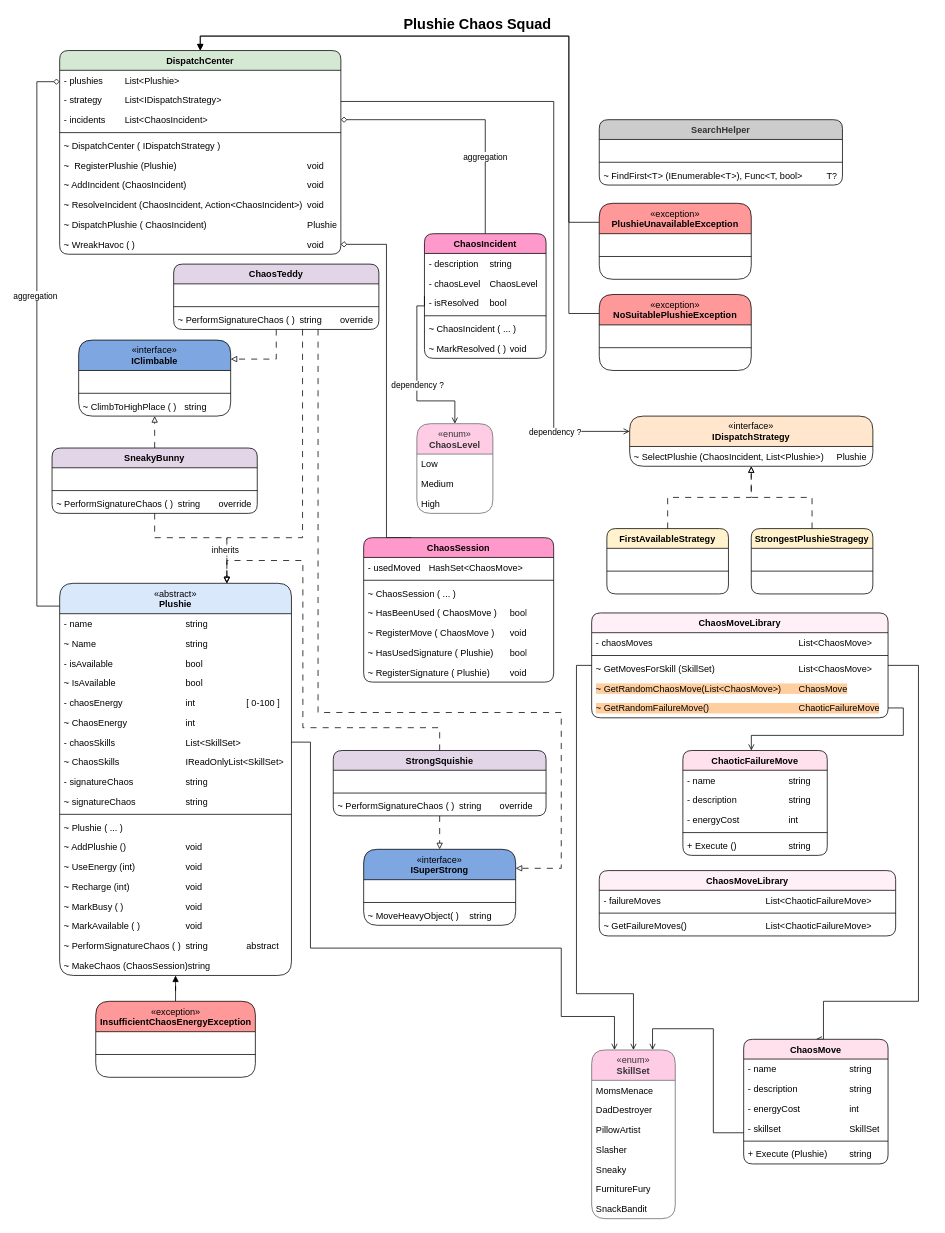
pxxlpxxi/PlushieChaosSquad keeps this draw.io diagram as Documents/PlushieChaosSquad.drawio. Above is the earlier version. Source tidied: cells renumbered, new cells numbered last; positions are measured from the earlier drawing's top-left corner, leaving out a move shared by most shapes. Both pictures are drawn from the tidied source at 76%, with x=0, y=0 at pixel (36, 13).
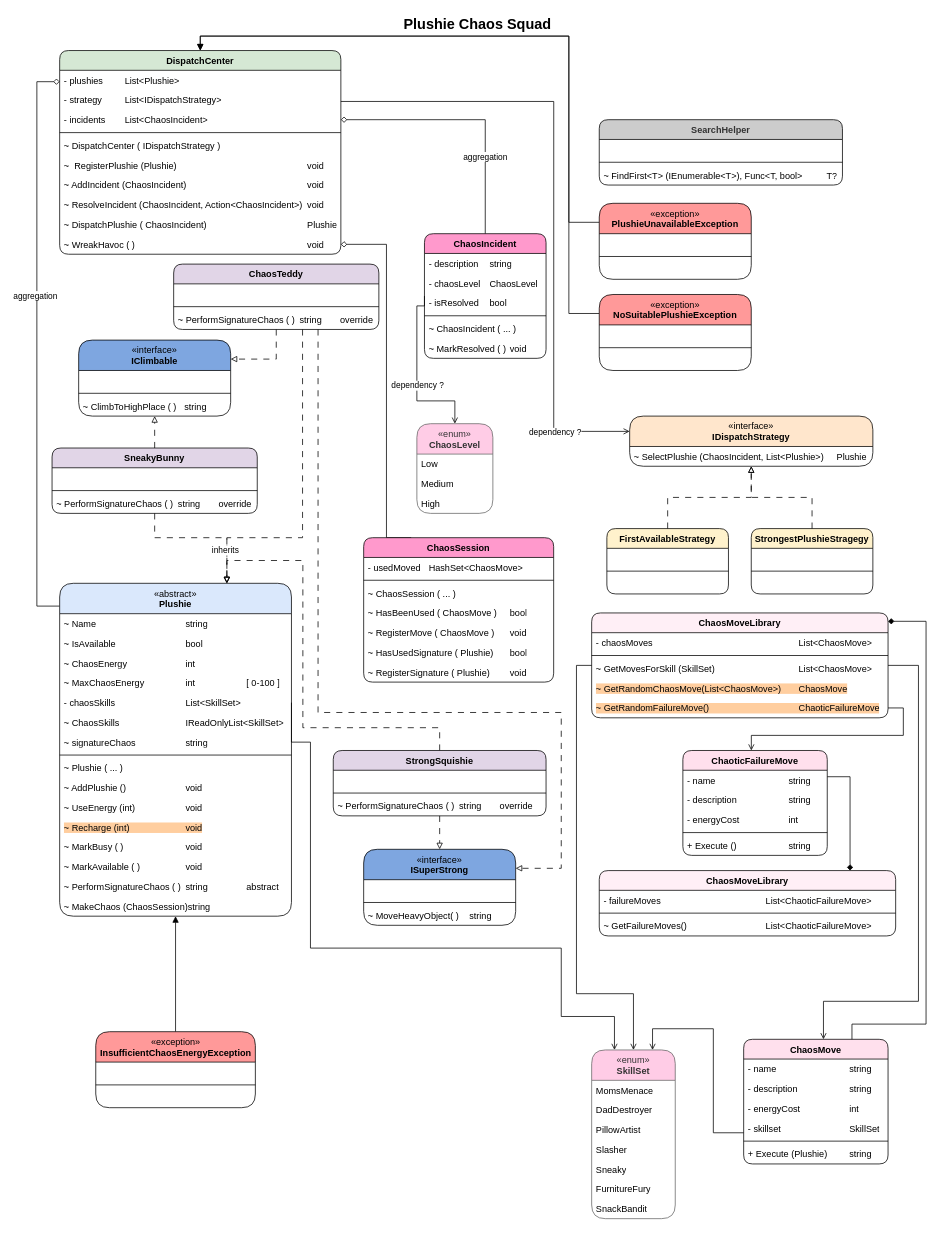
Above is the later version.

Commit message (it also covers changes not shown here):
Updated Plushie.cs and UML diagram

Unchanged cells that the change refers to:
```xml
<mxCell id="123" value="ChaoticFailureMove" style="swimlane;fontStyle=1;align=center;verticalAlign=top;horizontal=1;startSize=26;whiteSpace=wrap;html=1;rounded=1;fillColor=#FFE0ED;strokeColor=#000000;" parent="1" vertex="1">
  <mxGeometry x="850" y="970" width="190" height="138" as="geometry" />
</mxCell>
<mxCell id="131" value="ChaosMoveLibrary" style="swimlane;fontStyle=1;align=center;verticalAlign=top;horizontal=1;startSize=26;whiteSpace=wrap;html=1;rounded=1;fillColor=#FFEFF6;strokeColor=#000000;" parent="1" vertex="1">
  <mxGeometry x="730" y="789" width="390" height="138" as="geometry" />
</mxCell>
<mxCell id="147" value="ChaosMove" style="swimlane;fontStyle=1;align=center;verticalAlign=top;horizontal=1;startSize=26;whiteSpace=wrap;html=1;rounded=1;fillColor=#FFE0ED;strokeColor=#000000;" parent="138" vertex="1">
  <mxGeometry x="200" width="190" height="164" as="geometry" />
</mxCell>
<mxCell id="155" value="ChaosMoveLibrary" style="swimlane;fontStyle=1;align=center;verticalAlign=top;horizontal=1;startSize=26;whiteSpace=wrap;html=1;rounded=1;fillColor=#FFEFF6;strokeColor=#000000;" parent="1" vertex="1">
  <mxGeometry x="740" y="1128" width="390" height="86" as="geometry" />
</mxCell>
```

Diff of the diagram source:
```diff
@@
     <mxCell id="4" value="&lt;font face=&quot;Helvetica&quot;&gt;&lt;span style=&quot;font-weight: 400;&quot;&gt;«abstract»&lt;/span&gt;&lt;br style=&quot;font-weight: 400;&quot;&gt;Plushie&lt;/font&gt;" style="swimlane;fontStyle=1;align=center;verticalAlign=top;horizontal=1;startSize=40;html=1;rounded=1;fillColor=#dae8fc;strokeColor=#000000;whiteSpace=wrap;" parent="1" vertex="1">
-      <mxGeometry x="30" y="750" width="305" height="516" as="geometry" />
+      <mxGeometry x="30" y="750" width="305" height="438" as="geometry" />
     </mxCell>
-    <mxCell id="5" value="- name&lt;span style=&quot;white-space: pre;&quot;&gt;&#9;&lt;/span&gt;&lt;span style=&quot;white-space: pre;&quot;&gt;&#9;&lt;/span&gt;&lt;span style=&quot;white-space: pre;&quot;&gt;&#9;&lt;span style=&quot;white-space: pre;&quot;&gt;&#9;&lt;/span&gt;&lt;/span&gt;&lt;span style=&quot;white-space: pre;&quot;&gt;&#9;&lt;/span&gt;string" style="text;strokeColor=none;fillColor=none;align=left;verticalAlign=top;spacingLeft=4;spacingRight=4;overflow=hidden;whiteSpace=wrap;html=1;" parent="4" vertex="1">
-      <mxGeometry y="40" width="305" height="26" as="geometry" />
-    </mxCell>
     <mxCell id="6" value="~&amp;nbsp;Name&lt;span style=&quot;white-space: pre;&quot;&gt;&#9;&lt;/span&gt;&lt;span style=&quot;white-space: pre;&quot;&gt;&#9;&lt;/span&gt;&lt;span style=&quot;white-space: pre;&quot;&gt;&#9;&lt;span style=&quot;white-space: pre;&quot;&gt;&#9;&lt;/span&gt;&lt;/span&gt;&lt;span style=&quot;white-space: pre;&quot;&gt;&#9;&lt;/span&gt;string" style="text;strokeColor=none;fillColor=none;align=left;verticalAlign=top;spacingLeft=4;spacingRight=4;overflow=hidden;whiteSpace=wrap;html=1;" parent="4" vertex="1">
-      <mxGeometry y="66" width="305" height="26" as="geometry" />
+      <mxGeometry y="40" width="305" height="26" as="geometry" />
     </mxCell>
-    <mxCell id="7" value="- isAvailable&lt;span style=&quot;white-space: pre;&quot;&gt;&#9;&lt;/span&gt;&lt;span style=&quot;white-space: pre;&quot;&gt;&#9;&lt;span style=&quot;white-space: pre;&quot;&gt;&#9;&lt;/span&gt;&lt;/span&gt;&lt;span style=&quot;white-space: pre;&quot;&gt;&#9;&lt;/span&gt;bool" style="text;strokeColor=none;fillColor=none;align=left;verticalAlign=top;spacingLeft=4;spacingRight=4;overflow=hidden;whiteSpace=wrap;html=1;" parent="4" vertex="1">
-      <mxGeometry y="92" width="305" height="26" as="geometry" />
-    </mxCell>
     <mxCell id="8" value="~ IsAvailable&lt;span style=&quot;white-space: pre;&quot;&gt;&#9;&lt;/span&gt;&lt;span style=&quot;white-space: pre;&quot;&gt;&#9;&lt;span style=&quot;white-space: pre;&quot;&gt;&#9;&lt;/span&gt;&lt;/span&gt;&lt;span style=&quot;white-space: pre;&quot;&gt;&#9;&lt;/span&gt;bool" style="text;strokeColor=none;fillColor=none;align=left;verticalAlign=top;spacingLeft=4;spacingRight=4;overflow=hidden;whiteSpace=wrap;html=1;" parent="4" vertex="1">
-      <mxGeometry y="118" width="305" height="26" as="geometry" />
+      <mxGeometry y="66" width="305" height="26" as="geometry" />
     </mxCell>
-    <mxCell id="9" value="- chaosEnergy&lt;span style=&quot;white-space: pre;&quot;&gt;&#9;&lt;/span&gt;&lt;span style=&quot;white-space: pre;&quot;&gt;&#9;&lt;span style=&quot;white-space: pre;&quot;&gt;&#9;&lt;/span&gt;&lt;/span&gt;&lt;span style=&quot;white-space: pre;&quot;&gt;&#9;&lt;/span&gt;int&lt;span style=&quot;white-space: pre;&quot;&gt;&#9;&lt;span style=&quot;white-space: pre;&quot;&gt;&#9;&lt;/span&gt;&lt;/span&gt;&lt;span style=&quot;white-space: pre;&quot;&gt;&#9;&lt;/span&gt;[&amp;nbsp;0-100 ]" style="text;strokeColor=none;fillColor=none;align=left;verticalAlign=top;spacingLeft=4;spacingRight=4;overflow=hidden;whiteSpace=wrap;html=1;" parent="4" vertex="1">
-      <mxGeometry y="144" width="305" height="26" as="geometry" />
-    </mxCell>
     <mxCell id="10" value="~&amp;nbsp;ChaosEnergy&lt;span style=&quot;white-space: pre;&quot;&gt;&#9;&lt;span style=&quot;white-space: pre;&quot;&gt;&#9;&lt;/span&gt;&lt;/span&gt;&lt;span style=&quot;white-space: pre;&quot;&gt;&#9;&lt;/span&gt;int" style="text;strokeColor=none;fillColor=none;align=left;verticalAlign=top;spacingLeft=4;spacingRight=4;overflow=hidden;whiteSpace=wrap;html=1;" parent="4" vertex="1">
-      <mxGeometry y="170" width="305" height="26" as="geometry" />
+      <mxGeometry y="92" width="305" height="26" as="geometry" />
     </mxCell>
+    <mxCell id="159" value="~ MaxChaosEnergy&lt;span style=&quot;white-space: pre;&quot;&gt;&#9;&lt;span style=&quot;white-space: pre;&quot;&gt;&#9;&lt;/span&gt;&lt;/span&gt;int&lt;span style=&quot;white-space: pre;&quot;&gt;&#9;&lt;/span&gt;&lt;span style=&quot;white-space: pre;&quot;&gt;&#9;&lt;/span&gt;&lt;span style=&quot;white-space: pre;&quot;&gt;&#9;&lt;/span&gt;[ 0-100 ]" style="text;strokeColor=none;fillColor=none;align=left;verticalAlign=top;spacingLeft=4;spacingRight=4;overflow=hidden;whiteSpace=wrap;html=1;" parent="4" vertex="1">
+      <mxGeometry y="118" width="305" height="26" as="geometry" />
+    </mxCell>
     <mxCell id="11" value="- chaosSkills&lt;span style=&quot;white-space: pre;&quot;&gt;&#9;&lt;/span&gt;&lt;span style=&quot;white-space: pre;&quot;&gt;&#9;&lt;span style=&quot;white-space: pre;&quot;&gt;&#9;&lt;span style=&quot;white-space: pre;&quot;&gt;&#9;&lt;/span&gt;List&amp;lt;SkillSet&amp;gt;&lt;/span&gt;&lt;/span&gt;" style="text;strokeColor=none;fillColor=none;align=left;verticalAlign=top;spacingLeft=4;spacingRight=4;overflow=hidden;points=[[0,0.5],[1,0.5]];portConstraint=eastwest;whiteSpace=wrap;html=1;" parent="4" vertex="1">
-      <mxGeometry y="196" width="305" height="26" as="geometry" />
+      <mxGeometry y="144" width="305" height="26" as="geometry" />
     </mxCell>
     <mxCell id="12" value="~ ChaosSkills&lt;span style=&quot;white-space: pre;&quot;&gt;&#9;&lt;/span&gt;&lt;span style=&quot;white-space: pre;&quot;&gt;&#9;&lt;span style=&quot;white-space: pre;&quot;&gt;&#9;&lt;span style=&quot;white-space: pre;&quot;&gt;&#9;&lt;/span&gt;IReadOnlyList&amp;lt;SkillSet&amp;gt;&lt;/span&gt;&lt;/span&gt;" style="text;strokeColor=none;fillColor=none;align=left;verticalAlign=top;spacingLeft=4;spacingRight=4;overflow=hidden;whiteSpace=wrap;html=1;" parent="4" vertex="1">
-      <mxGeometry y="222" width="305" height="26" as="geometry" />
+      <mxGeometry y="170" width="305" height="26" as="geometry" />
     </mxCell>
-    <mxCell id="13" value="- signatureChaos&lt;span style=&quot;white-space: pre;&quot;&gt;&#9;&lt;span style=&quot;white-space: pre;&quot;&gt;&#9;&lt;/span&gt;&lt;/span&gt;&lt;span style=&quot;white-space: pre;&quot;&gt;&#9;&lt;/span&gt;string" style="text;strokeColor=none;fillColor=none;align=left;verticalAlign=top;spacingLeft=4;spacingRight=4;overflow=hidden;whiteSpace=wrap;html=1;" parent="4" vertex="1">
-      <mxGeometry y="248" width="305" height="26" as="geometry" />
-    </mxCell>
     <mxCell id="14" value="~&amp;nbsp;signatureChaos&lt;span style=&quot;white-space: pre;&quot;&gt;&#9;&lt;span style=&quot;white-space: pre;&quot;&gt;&#9;&lt;/span&gt;&lt;/span&gt;&lt;span style=&quot;white-space: pre;&quot;&gt;&#9;&lt;/span&gt;string" style="text;strokeColor=none;fillColor=none;align=left;verticalAlign=top;spacingLeft=4;spacingRight=4;overflow=hidden;whiteSpace=wrap;html=1;" parent="4" vertex="1">
-      <mxGeometry y="274" width="305" height="26" as="geometry" />
+      <mxGeometry y="196" width="305" height="26" as="geometry" />
     </mxCell>
     <mxCell id="15" style="line;strokeWidth=1;fillColor=none;align=left;verticalAlign=middle;spacingTop=-1;spacingLeft=3;spacingRight=3;labelPosition=right;strokeColor=inherit;" parent="4" vertex="1">
-      <mxGeometry y="300" width="305" height="8" as="geometry" />
+      <mxGeometry y="222" width="305" height="8" as="geometry" />
     </mxCell>
     <mxCell id="16" value="~&amp;nbsp;Plushie ( ... )" style="text;strokeColor=none;fillColor=none;align=left;verticalAlign=top;spacingLeft=4;spacingRight=4;overflow=hidden;whiteSpace=wrap;html=1;" parent="4" vertex="1">
-      <mxGeometry y="308" width="305" height="26" as="geometry" />
+      <mxGeometry y="230" width="305" height="26" as="geometry" />
     </mxCell>
     <mxCell id="17" value="~ AddPlushie ()&lt;span style=&quot;white-space: pre;&quot;&gt;&#9;&lt;/span&gt;&lt;span style=&quot;white-space: pre;&quot;&gt;&#9;&lt;/span&gt;&lt;span style=&quot;white-space: pre;&quot;&gt;&#9;&lt;/span&gt;void" style="text;strokeColor=none;fillColor=none;align=left;verticalAlign=top;spacingLeft=4;spacingRight=4;overflow=hidden;whiteSpace=wrap;html=1;" parent="4" vertex="1">
-      <mxGeometry y="334" width="305" height="26" as="geometry" />
+      <mxGeometry y="256" width="305" height="26" as="geometry" />
     </mxCell>
     <mxCell id="18" value="~ UseEnergy (int)&lt;span style=&quot;white-space: pre;&quot;&gt;&#9;&lt;/span&gt;&lt;span style=&quot;white-space: pre;&quot;&gt;&#9;&lt;/span&gt;&lt;span style=&quot;white-space: pre;&quot;&gt;&#9;&lt;/span&gt;void" style="text;strokeColor=none;fillColor=none;align=left;verticalAlign=top;spacingLeft=4;spacingRight=4;overflow=hidden;whiteSpace=wrap;html=1;" parent="4" vertex="1">
-      <mxGeometry y="360" width="305" height="26" as="geometry" />
+      <mxGeometry y="282" width="305" height="26" as="geometry" />
     </mxCell>
-    <mxCell id="19" value="~ Recharge (int)&lt;span style=&quot;white-space: pre;&quot;&gt;&#9;&lt;/span&gt;&lt;span style=&quot;white-space: pre;&quot;&gt;&#9;&lt;/span&gt;&lt;span style=&quot;white-space: pre;&quot;&gt;&#9;&lt;/span&gt;void" style="text;strokeColor=none;fillColor=none;align=left;verticalAlign=top;spacingLeft=4;spacingRight=4;overflow=hidden;whiteSpace=wrap;html=1;" parent="4" vertex="1">
-      <mxGeometry y="386" width="305" height="26" as="geometry" />
+    <mxCell id="19" value="~ Recharge (int)&lt;span style=&quot;white-space: pre;&quot;&gt;&#9;&lt;/span&gt;&lt;span style=&quot;white-space: pre;&quot;&gt;&#9;&lt;/span&gt;&lt;span style=&quot;white-space: pre;&quot;&gt;&#9;&lt;/span&gt;void" style="text;strokeColor=none;fillColor=none;align=left;verticalAlign=top;spacingLeft=4;spacingRight=4;overflow=hidden;whiteSpace=wrap;html=1;labelBackgroundColor=#FFCE9F;" parent="4" vertex="1">
+      <mxGeometry y="308" width="305" height="26" as="geometry" />
     </mxCell>
     <mxCell id="20" value="~ MarkBusy ( )&lt;span style=&quot;white-space: pre;&quot;&gt;&#9;&lt;/span&gt;&lt;span style=&quot;white-space: pre;&quot;&gt;&#9;&lt;/span&gt;&lt;span style=&quot;white-space: pre;&quot;&gt;&#9;&lt;/span&gt;void" style="text;strokeColor=none;fillColor=none;align=left;verticalAlign=top;spacingLeft=4;spacingRight=4;overflow=hidden;whiteSpace=wrap;html=1;" parent="4" vertex="1">
-      <mxGeometry y="412" width="305" height="26" as="geometry" />
+      <mxGeometry y="334" width="305" height="26" as="geometry" />
     </mxCell>
     <mxCell id="21" value="~ MarkAvailable ( )&lt;span style=&quot;white-space: pre;&quot;&gt;&#9;&lt;/span&gt;&lt;span style=&quot;white-space: pre;&quot;&gt;&#9;&lt;/span&gt;&lt;span style=&quot;white-space: pre;&quot;&gt;&#9;&lt;/span&gt;void" style="text;strokeColor=none;fillColor=none;align=left;verticalAlign=top;spacingLeft=4;spacingRight=4;overflow=hidden;whiteSpace=wrap;html=1;" parent="4" vertex="1">
-      <mxGeometry y="438" width="305" height="26" as="geometry" />
+      <mxGeometry y="360" width="305" height="26" as="geometry" />
     </mxCell>
     <mxCell id="22" value="~ PerformSignatureChaos ( )&lt;span style=&quot;white-space: pre;&quot;&gt;&#9;&lt;/span&gt;string&amp;nbsp;&lt;span style=&quot;white-space: pre;&quot;&gt;&#9;&lt;span style=&quot;white-space: pre;&quot;&gt;&#9;&lt;/span&gt;&lt;/span&gt;abstract" style="text;strokeColor=none;fillColor=none;align=left;verticalAlign=top;spacingLeft=4;spacingRight=4;overflow=hidden;whiteSpace=wrap;html=1;" parent="4" vertex="1">
-      <mxGeometry y="464" width="305" height="26" as="geometry" />
+      <mxGeometry y="386" width="305" height="26" as="geometry" />
     </mxCell>
     <mxCell id="23" value="~ MakeChaos (ChaosSession)string&amp;nbsp;" style="text;strokeColor=none;fillColor=none;align=left;verticalAlign=top;spacingLeft=4;spacingRight=4;overflow=hidden;whiteSpace=wrap;html=1;" parent="4" vertex="1">
-      <mxGeometry y="490" width="305" height="26" as="geometry" />
+      <mxGeometry y="412" width="305" height="26" as="geometry" />
     </mxCell>
@@
     <mxCell id="95" value="&lt;font face=&quot;Helvetica&quot;&gt;&lt;span style=&quot;font-weight: 400;&quot;&gt;«exception»&lt;/span&gt;&lt;br style=&quot;font-weight: 400;&quot;&gt;&lt;/font&gt;InsufficientChaosEnergyException&lt;font face=&quot;Helvetica&quot;&gt;&lt;/font&gt;" style="swimlane;fontStyle=1;align=center;verticalAlign=top;horizontal=1;startSize=40;html=1;rounded=1;fillColor=#FF9999;strokeColor=#000000;whiteSpace=wrap;" parent="1" vertex="1">
-      <mxGeometry x="77.5" y="1300" width="210" height="100" as="geometry" />
+      <mxGeometry x="77.5" y="1340" width="210" height="100" as="geometry" />
     </mxCell>
@@
+    <mxCell id="160" style="edgeStyle=orthogonalEdgeStyle;rounded=0;jettySize=auto;html=1;exitX=1;exitY=0.25;exitDx=0;exitDy=0;endArrow=diamond;endFill=1;" parent="1" edge="1" source="123" target="155">
+      <mxGeometry relative="1" as="geometry">
+        <Array as="points">
+          <mxPoint x="1070" y="1004.6" />
+        </Array>
+      </mxGeometry>
+    </mxCell>
@@
-    <mxCell id="130" style="edgeStyle=orthogonalEdgeStyle;rounded=0;jettySize=auto;html=1;exitX=1;exitY=0.5;exitDx=0;exitDy=0;entryX=0.5;entryY=0;entryDx=0;entryDy=0;endArrow=open;endFill=0;" parent="1" edge="1" source="131" target="147">
+    <mxCell id="130" style="edgeStyle=orthogonalEdgeStyle;rounded=0;jettySize=auto;html=1;exitX=1;exitY=0.5;exitDx=0;exitDy=0;endArrow=open;endFill=0;" parent="1" edge="1" source="131" target="147">
       <mxGeometry relative="1" as="geometry">
         <Array as="points">
           <mxPoint x="1160" y="858" />
           <mxPoint x="1160" y="1300" />
           <mxPoint x="1035" y="1300" />
-          <mxPoint x="1035" y="1350" />
         </Array>
       </mxGeometry>
     </mxCell>
@@
+    <mxCell id="161" style="edgeStyle=orthogonalEdgeStyle;rounded=0;jettySize=auto;html=1;exitX=0.75;exitY=0;exitDx=0;exitDy=0;endArrow=diamond;endFill=1;" parent="1" edge="1" source="147" target="131">
+      <mxGeometry relative="1" as="geometry">
+        <Array as="points">
+          <mxPoint x="1072.6" y="1330" />
+          <mxPoint x="1170" y="1330" />
+          <mxPoint x="1170" y="800" />
+        </Array>
+      </mxGeometry>
+    </mxCell>
```
